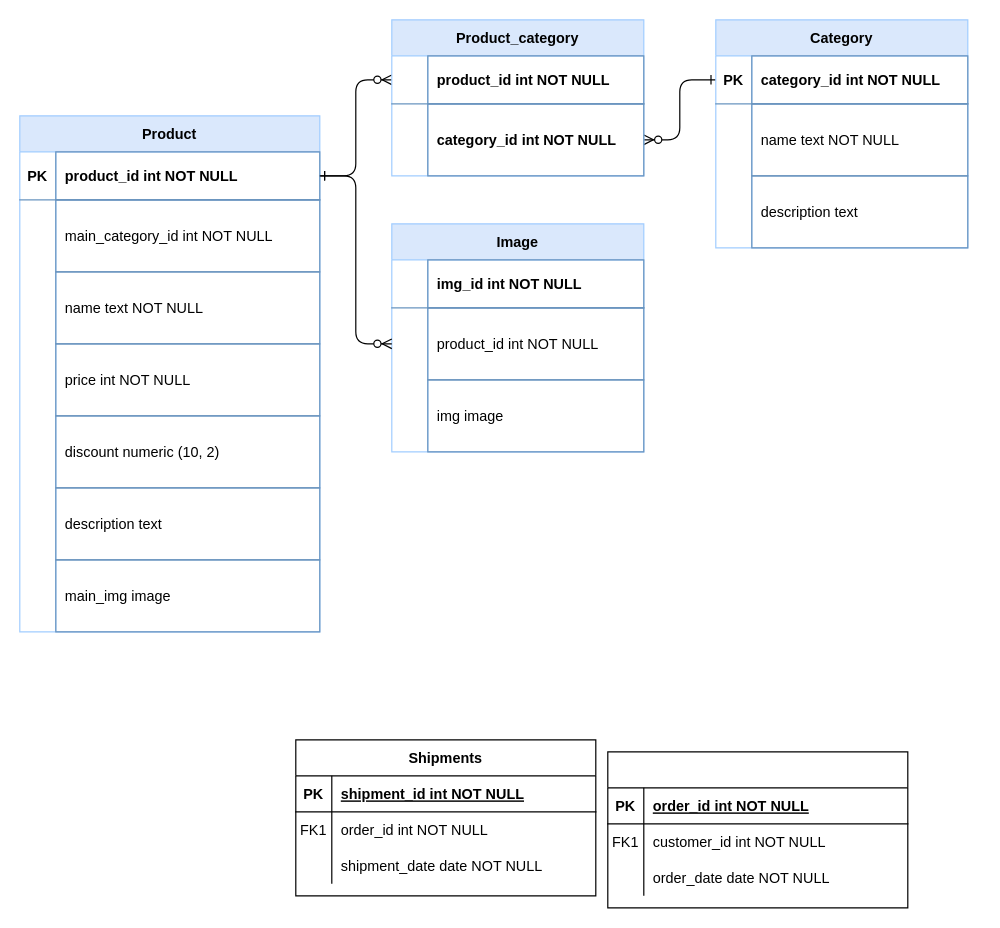
Earlier version of the draw.io diagram еее.drawio (LIka1599/test). Source tidied: cells renumbered, new cells numbered last; positions are measured from the earlier drawing's top-left corner, leaving out a move shared by most shapes. Both pictures are drawn from the tidied source at 120%, with x=0, y=0 at pixel (19, 19).
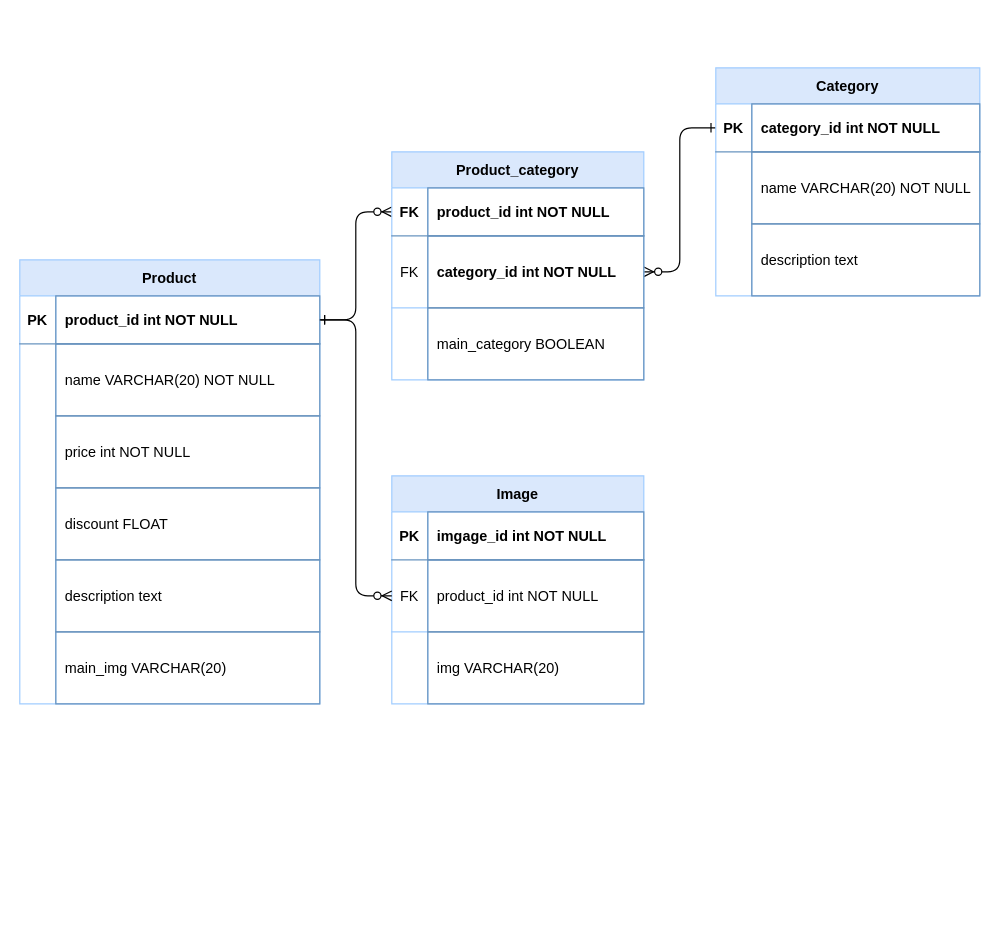
The same page after the edit.

The change refers to these unchanged cells:
```xml
<mxCell id="57" style="shape=partialRectangle;fillColor=none;points=[[0,0.5],[1,0.5]];portConstraint=eastwest;top=0;left=0;right=0;bottom=1;strokeColor=#6994BF;" parent="56" vertex="1">
  <mxGeometry y="30" width="210" height="40" as="geometry" />
</mxCell>
<mxCell id="60" style="shape=partialRectangle;fillColor=none;points=[[0,0.5],[1,0.5]];portConstraint=eastwest;top=0;left=0;right=0;bottom=0;" parent="56" vertex="1">
  <mxGeometry y="70" width="210" height="60" as="geometry" />
</mxCell>
<mxCell id="64" style="shape=partialRectangle;fillColor=none;top=0;left=0;right=0;bottom=1;strokeColor=#6994BF;" parent="63" vertex="1">
  <mxGeometry y="30" width="210" height="40" as="geometry" />
</mxCell>
<mxCell id="67" style="shape=partialRectangle;fillColor=none;points=[[0,0.5],[1,0.5]];portConstraint=eastwest;top=0;left=0;right=0;bottom=0;" parent="63" vertex="1">
  <mxGeometry y="70" width="210" height="60" as="geometry" />
</mxCell>
<mxCell id="70" style="shape=partialRectangle;fillColor=none;top=0;left=0;right=0;bottom=0;" parent="63" vertex="1">
  <mxGeometry y="130" width="210" height="60" as="geometry" />
</mxCell>
```

Diff of the diagram source:
```diff
@@
-    <mxCell id="4" style="shape=table;startSize=30;childLayout=tableLayout;rowLines=0;fontStyle=1;align=center;" parent="1" vertex="1">
-      <mxGeometry x="490" y="610" width="250" height="130" as="geometry" />
-    </mxCell>
-    <mxCell id="5" style="shape=partialRectangle;fillColor=none;top=0;left=0;right=0;bottom=1;" parent="4" vertex="1">
-      <mxGeometry y="30" width="250" height="30" as="geometry" />
-    </mxCell>
-    <mxCell id="6" value="PK" style="shape=partialRectangle;overflow=hidden;fillColor=none;top=0;left=0;bottom=0;right=0;fontStyle=1;" parent="5" vertex="1">
-      <mxGeometry width="30" height="30" as="geometry" />
-    </mxCell>
-    <mxCell id="7" value="order_id int NOT NULL " style="shape=partialRectangle;overflow=hidden;fillColor=none;top=0;left=0;bottom=0;right=0;align=left;spacingLeft=6;fontStyle=5;" parent="5" vertex="1">
-      <mxGeometry x="30" width="220" height="30" as="geometry" />
-    </mxCell>
-    <mxCell id="8" style="shape=partialRectangle;fillColor=none;top=0;left=0;right=0;bottom=0;" parent="4" vertex="1">
-      <mxGeometry y="60" width="250" height="30" as="geometry" />
-    </mxCell>
-    <mxCell id="9" value="FK1" style="shape=partialRectangle;overflow=hidden;fillColor=none;top=0;left=0;bottom=0;right=0;" parent="8" vertex="1">
-      <mxGeometry width="30" height="30" as="geometry" />
-    </mxCell>
-    <mxCell id="10" value="customer_id int NOT NULL" style="shape=partialRectangle;overflow=hidden;fillColor=none;top=0;left=0;bottom=0;right=0;align=left;spacingLeft=6;" parent="8" vertex="1">
-      <mxGeometry x="30" width="220" height="30" as="geometry" />
-    </mxCell>
-    <mxCell id="11" style="shape=partialRectangle;fillColor=none;top=0;left=0;right=0;bottom=0;" parent="4" vertex="1">
-      <mxGeometry y="90" width="250" height="30" as="geometry" />
-    </mxCell>
-    <mxCell id="12" style="shape=partialRectangle;overflow=hidden;fillColor=none;top=0;left=0;bottom=0;right=0;" parent="11" vertex="1">
-      <mxGeometry width="30" height="30" as="geometry" />
-    </mxCell>
-    <mxCell id="13" value="order_date date NOT NULL" style="shape=partialRectangle;overflow=hidden;fillColor=none;top=0;left=0;bottom=0;right=0;align=left;spacingLeft=6;" parent="11" vertex="1">
-      <mxGeometry x="30" width="220" height="30" as="geometry" />
-    </mxCell>
-    <mxCell id="14" value="Shipments" style="shape=table;startSize=30;childLayout=tableLayout;rowLines=0;fontStyle=1;align=center;" parent="1" vertex="1">
-      <mxGeometry x="230" y="600" width="250" height="130" as="geometry" />
-    </mxCell>
-    <mxCell id="15" style="shape=partialRectangle;fillColor=none;top=0;left=0;right=0;bottom=1;" parent="14" vertex="1">
-      <mxGeometry y="30" width="250" height="30" as="geometry" />
-    </mxCell>
-    <mxCell id="16" value="PK" style="shape=partialRectangle;overflow=hidden;fillColor=none;top=0;left=0;bottom=0;right=0;fontStyle=1;" parent="15" vertex="1">
-      <mxGeometry width="30" height="30" as="geometry" />
-    </mxCell>
-    <mxCell id="17" value="shipment_id int NOT NULL " style="shape=partialRectangle;overflow=hidden;fillColor=none;top=0;left=0;bottom=0;right=0;align=left;spacingLeft=6;fontStyle=5;" parent="15" vertex="1">
-      <mxGeometry x="30" width="220" height="30" as="geometry" />
-    </mxCell>
-    <mxCell id="18" style="shape=partialRectangle;fillColor=none;top=0;left=0;right=0;bottom=0;" parent="14" vertex="1">
-      <mxGeometry y="60" width="250" height="30" as="geometry" />
-    </mxCell>
-    <mxCell id="19" value="FK1" style="shape=partialRectangle;overflow=hidden;fillColor=none;top=0;left=0;bottom=0;right=0;" parent="18" vertex="1">
-      <mxGeometry width="30" height="30" as="geometry" />
-    </mxCell>
-    <mxCell id="20" value="order_id int NOT NULL" style="shape=partialRectangle;overflow=hidden;fillColor=none;top=0;left=0;bottom=0;right=0;align=left;spacingLeft=6;" parent="18" vertex="1">
-      <mxGeometry x="30" width="220" height="30" as="geometry" />
-    </mxCell>
-    <mxCell id="21" style="shape=partialRectangle;fillColor=none;top=0;left=0;right=0;bottom=0;" parent="14" vertex="1">
-      <mxGeometry y="90" width="250" height="30" as="geometry" />
-    </mxCell>
-    <mxCell id="22" style="shape=partialRectangle;overflow=hidden;fillColor=none;top=0;left=0;bottom=0;right=0;" parent="21" vertex="1">
-      <mxGeometry width="30" height="30" as="geometry" />
-    </mxCell>
-    <mxCell id="23" value="shipment_date date NOT NULL" style="shape=partialRectangle;overflow=hidden;fillColor=none;top=0;left=0;bottom=0;right=0;align=left;spacingLeft=6;" parent="21" vertex="1">
-      <mxGeometry x="30" width="220" height="30" as="geometry" />
-    </mxCell>
     <mxCell id="24" value="Product" style="shape=table;startSize=30;childLayout=tableLayout;rowLines=0;fontStyle=1;align=center;fillColor=#dae8fc;strokeColor=#A1CDFF;" parent="1" vertex="1">
-      <mxGeometry y="80" width="250" height="430" as="geometry" />
+      <mxGeometry y="200" width="250" height="370" as="geometry" />
     </mxCell>
@@
-    <mxCell id="28" style="shape=partialRectangle;fillColor=none;top=0;left=0;right=0;bottom=0;strokeColor=#6994BF;" parent="24" vertex="1">
-      <mxGeometry y="70" width="250" height="60" as="geometry" />
-    </mxCell>
-    <mxCell id="29" style="shape=partialRectangle;overflow=hidden;fillColor=none;top=0;left=0;bottom=0;right=0;strokeColor=#A1CDFF;" parent="28" vertex="1">
-      <mxGeometry width="30" height="60" as="geometry" />
-    </mxCell>
-    <mxCell id="30" value="main_category_id int NOT NULL" style="shape=partialRectangle;overflow=hidden;fillColor=none;top=1;left=1;bottom=1;right=1;align=left;spacingLeft=6;strokeColor=#6994BF;" parent="28" vertex="1">
-      <mxGeometry x="30" width="220" height="60" as="geometry" />
-    </mxCell>
     <mxCell id="31" style="shape=partialRectangle;fillColor=none;top=0;left=0;right=0;bottom=0;" parent="24" vertex="1">
-      <mxGeometry y="130" width="250" height="60" as="geometry" />
+      <mxGeometry y="70" width="250" height="60" as="geometry" />
     </mxCell>
@@
-    <mxCell id="33" value="name text NOT NULL" style="shape=partialRectangle;overflow=hidden;fillColor=none;top=1;left=1;bottom=1;right=1;align=left;spacingLeft=6;strokeColor=#6994BF;" parent="31" vertex="1">
+    <mxCell id="33" value="name VARCHAR(20) NOT NULL" style="shape=partialRectangle;overflow=hidden;fillColor=none;top=1;left=1;bottom=1;right=1;align=left;spacingLeft=6;strokeColor=#6994BF;" parent="31" vertex="1">
       <mxGeometry x="30" width="220" height="60" as="geometry" />
     </mxCell>
     <mxCell id="34" style="shape=partialRectangle;fillColor=none;top=0;left=0;right=0;bottom=0;" parent="24" vertex="1">
-      <mxGeometry y="190" width="250" height="60" as="geometry" />
+      <mxGeometry y="130" width="250" height="60" as="geometry" />
     </mxCell>
@@
     <mxCell id="37" style="shape=partialRectangle;fillColor=none;top=0;left=0;right=0;bottom=0;" parent="24" vertex="1">
-      <mxGeometry y="250" width="250" height="60" as="geometry" />
+      <mxGeometry y="190" width="250" height="60" as="geometry" />
     </mxCell>
@@
-    <mxCell id="39" value="discount numeric (10, 2)" style="shape=partialRectangle;overflow=hidden;top=1;left=1;bottom=1;right=1;align=left;spacingLeft=6;fillColor=none;strokeColor=#6994BF;" parent="37" vertex="1">
+    <mxCell id="39" value="discount FLOAT" style="shape=partialRectangle;overflow=hidden;top=1;left=1;bottom=1;right=1;align=left;spacingLeft=6;fillColor=none;strokeColor=#6994BF;" parent="37" vertex="1">
       <mxGeometry x="30" width="220" height="60" as="geometry" />
     </mxCell>
     <mxCell id="40" style="shape=partialRectangle;fillColor=none;top=0;left=0;right=0;bottom=0;" parent="24" vertex="1">
-      <mxGeometry y="310" width="250" height="60" as="geometry" />
+      <mxGeometry y="250" width="250" height="60" as="geometry" />
     </mxCell>
@@
     <mxCell id="43" style="shape=partialRectangle;fillColor=none;top=0;left=0;right=0;bottom=0;" parent="24" vertex="1">
-      <mxGeometry y="370" width="250" height="60" as="geometry" />
+      <mxGeometry y="310" width="250" height="60" as="geometry" />
     </mxCell>
@@
-    <mxCell id="45" value="main_img image" style="shape=partialRectangle;overflow=hidden;top=1;left=1;bottom=1;right=1;align=left;spacingLeft=6;fillColor=none;strokeColor=#6994BF;" parent="43" vertex="1">
+    <mxCell id="45" value="main_img VARCHAR(20)" style="shape=partialRectangle;overflow=hidden;top=1;left=1;bottom=1;right=1;align=left;spacingLeft=6;fillColor=none;strokeColor=#6994BF;" parent="43" vertex="1">
       <mxGeometry x="30" width="220" height="60" as="geometry" />
     </mxCell>
     <mxCell id="46" value="Category" style="shape=table;startSize=30;childLayout=tableLayout;rowLines=0;fontStyle=1;align=center;fillColor=#dae8fc;strokeColor=#A1CDFF;" parent="1" vertex="1">
-      <mxGeometry x="580" width="210" height="190" as="geometry" />
+      <mxGeometry x="580" y="40" width="220" height="190" as="geometry" />
     </mxCell>
     <mxCell id="47" style="shape=partialRectangle;fillColor=none;points=[[0,0.5],[1,0.5]];portConstraint=eastwest;top=0;left=0;right=0;bottom=1;strokeColor=#6994BF;" parent="46" vertex="1">
-      <mxGeometry y="30" width="210" height="40" as="geometry" />
+      <mxGeometry y="30" width="220" height="40" as="geometry" />
     </mxCell>
@@
     <mxCell id="49" value="category_id int NOT NULL " style="shape=partialRectangle;overflow=hidden;fillColor=none;top=1;left=1;bottom=1;right=1;align=left;spacingLeft=6;fontStyle=1;strokeColor=#6994BF;" parent="47" vertex="1">
-      <mxGeometry x="30" width="180" height="40" as="geometry" />
+      <mxGeometry x="30" width="190" height="40" as="geometry" />
     </mxCell>
     <mxCell id="50" style="shape=partialRectangle;fillColor=none;top=0;left=0;right=0;bottom=0;" parent="46" vertex="1">
-      <mxGeometry y="70" width="210" height="60" as="geometry" />
+      <mxGeometry y="70" width="220" height="60" as="geometry" />
     </mxCell>
@@
-    <mxCell id="52" value="name text NOT NULL" style="shape=partialRectangle;overflow=hidden;fillColor=none;top=1;left=1;bottom=1;right=1;align=left;spacingLeft=6;strokeColor=#6994BF;" parent="50" vertex="1">
-      <mxGeometry x="30" width="180" height="60" as="geometry" />
+    <mxCell id="52" value="name VARCHAR(20) NOT NULL" style="shape=partialRectangle;overflow=hidden;fillColor=none;top=1;left=1;bottom=1;right=1;align=left;spacingLeft=6;strokeColor=#6994BF;" parent="50" vertex="1">
+      <mxGeometry x="30" width="190" height="60" as="geometry" />
     </mxCell>
     <mxCell id="53" style="shape=partialRectangle;fillColor=none;top=0;left=0;right=0;bottom=0;" parent="46" vertex="1">
-      <mxGeometry y="130" width="210" height="60" as="geometry" />
+      <mxGeometry y="130" width="220" height="60" as="geometry" />
     </mxCell>
@@
     <mxCell id="55" value="description text " style="shape=partialRectangle;overflow=hidden;top=1;left=1;bottom=1;right=1;align=left;spacingLeft=6;fillColor=none;strokeColor=#6994BF;" parent="53" vertex="1">
-      <mxGeometry x="30" width="180" height="60" as="geometry" />
+      <mxGeometry x="30" width="190" height="60" as="geometry" />
     </mxCell>
     <mxCell id="56" value="Product_category" style="shape=table;startSize=30;childLayout=tableLayout;rowLines=0;fontStyle=1;align=center;fillColor=#dae8fc;strokeColor=#A1CDFF;" parent="1" vertex="1">
-      <mxGeometry x="310" width="210" height="130" as="geometry" />
+      <mxGeometry x="310" y="110" width="210" height="190" as="geometry" />
     </mxCell>
@@
-    <mxCell id="58" style="shape=partialRectangle;overflow=hidden;fillColor=none;top=0;left=0;bottom=0;right=0;fontStyle=1;" parent="57" vertex="1">
+    <mxCell id="58" value="FK" style="shape=partialRectangle;overflow=hidden;fillColor=none;top=0;left=0;bottom=0;right=0;fontStyle=1;" parent="57" vertex="1">
       <mxGeometry width="30" height="40" as="geometry" />
     </mxCell>
@@
-    <mxCell id="61" style="shape=partialRectangle;overflow=hidden;fillColor=none;top=0;left=0;bottom=0;right=0;strokeColor=#A1CDFF;" parent="60" vertex="1">
+    <mxCell id="61" value="FK" style="shape=partialRectangle;overflow=hidden;fillColor=none;top=0;left=0;bottom=1;right=0;strokeColor=#A1CDFF;" parent="60" vertex="1">
       <mxGeometry width="30" height="60" as="geometry" />
     </mxCell>
@@
+    <mxCell id="74" style="shape=partialRectangle;fillColor=none;top=0;left=0;right=0;bottom=0;" parent="56" vertex="1">
+      <mxGeometry y="130" width="210" height="60" as="geometry" />
+    </mxCell>
+    <mxCell id="29" style="shape=partialRectangle;overflow=hidden;fillColor=none;top=0;left=0;bottom=0;right=0;strokeColor=#A1CDFF;" parent="74" vertex="1">
+      <mxGeometry width="30" height="60" as="geometry" />
+    </mxCell>
+    <mxCell id="75" value="main_category BOOLEAN" style="shape=partialRectangle;overflow=hidden;fillColor=none;top=1;left=1;bottom=1;right=1;align=left;spacingLeft=6;strokeColor=#6994BF;fontStyle=0;" parent="74" vertex="1">
+      <mxGeometry x="30" width="180" height="60" as="geometry" />
+    </mxCell>
     <mxCell id="63" value="Image" style="shape=table;startSize=30;childLayout=tableLayout;rowLines=0;fontStyle=1;align=center;fillColor=#dae8fc;strokeColor=#A1CDFF;" parent="1" vertex="1">
-      <mxGeometry x="310" y="170" width="210" height="190" as="geometry" />
+      <mxGeometry x="310" y="380" width="210" height="190" as="geometry" />
     </mxCell>
@@
-    <mxCell id="65" style="shape=partialRectangle;overflow=hidden;fillColor=none;top=0;left=0;bottom=0;right=0;fontStyle=1;" parent="64" vertex="1">
+    <mxCell id="65" value="PK" style="shape=partialRectangle;overflow=hidden;fillColor=none;top=0;left=0;bottom=0;right=0;fontStyle=1;" parent="64" vertex="1">
       <mxGeometry width="30" height="40" as="geometry" />
     </mxCell>
-    <mxCell id="66" value="img_id int NOT NULL " style="shape=partialRectangle;overflow=hidden;fillColor=none;top=1;left=1;bottom=1;right=1;align=left;spacingLeft=6;fontStyle=1;strokeColor=#6994BF;" parent="64" vertex="1">
+    <mxCell id="66" value="imgage_id int NOT NULL " style="shape=partialRectangle;overflow=hidden;fillColor=none;top=1;left=1;bottom=1;right=1;align=left;spacingLeft=6;fontStyle=1;strokeColor=#6994BF;" parent="64" vertex="1">
       <mxGeometry x="30" width="180" height="40" as="geometry" />
     </mxCell>
@@
-    <mxCell id="68" style="shape=partialRectangle;overflow=hidden;fillColor=none;top=0;left=0;bottom=0;right=0;strokeColor=#A1CDFF;" parent="67" vertex="1">
+    <mxCell id="68" value="FK" style="shape=partialRectangle;overflow=hidden;fillColor=none;top=0;left=0;bottom=1;right=0;strokeColor=#A1CDFF;" parent="67" vertex="1">
       <mxGeometry width="30" height="60" as="geometry" />
     </mxCell>
@@
-    <mxCell id="72" value="img image" style="shape=partialRectangle;overflow=hidden;fillColor=none;top=1;left=1;bottom=1;right=1;align=left;spacingLeft=6;strokeColor=#6994BF;fontStyle=0;" parent="70" vertex="1">
+    <mxCell id="72" value="img VARCHAR(20)" style="shape=partialRectangle;overflow=hidden;fillColor=none;top=1;left=1;bottom=1;right=1;align=left;spacingLeft=6;strokeColor=#6994BF;fontStyle=0;" parent="70" vertex="1">
       <mxGeometry x="30" width="180" height="60" as="geometry" />
     </mxCell>
```
